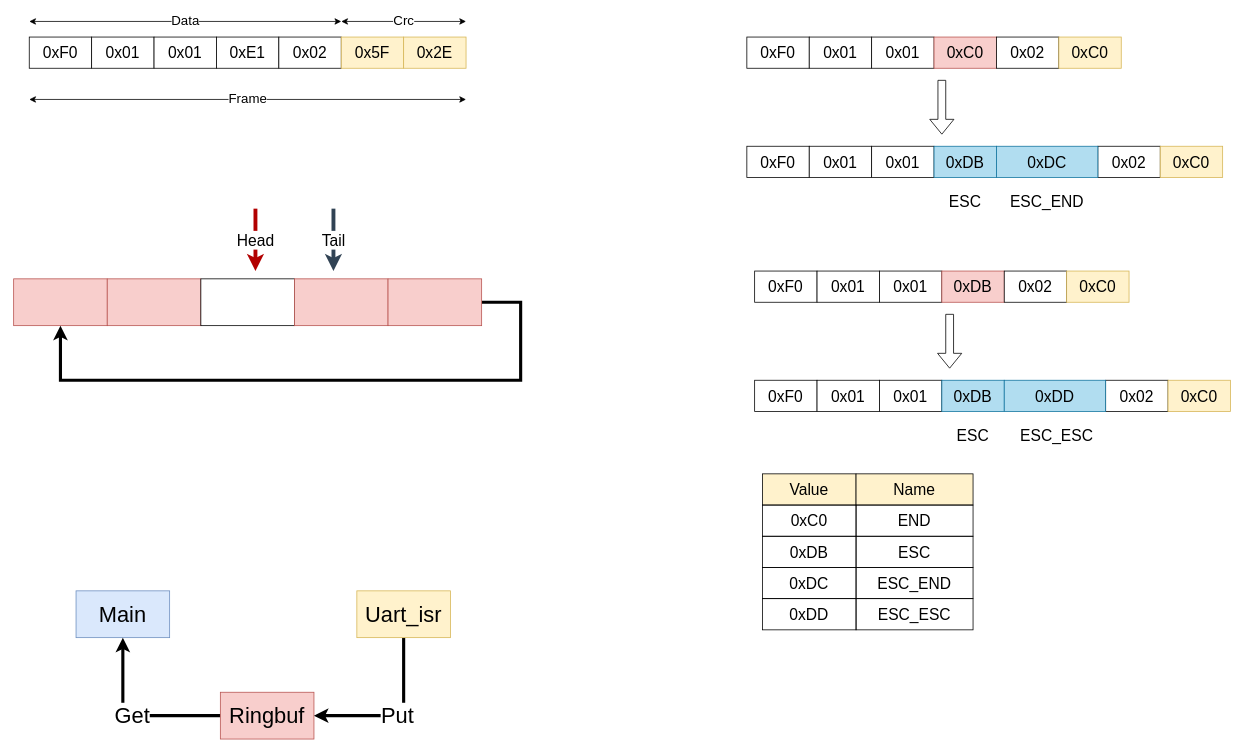
Above: Book/Vietnamese/images/Text_latex.drawio in congkeodhbk/Embedded-programming-and-IoT (draw.io), before the change. Source tidied: cells renumbered, new cells numbered last; positions are measured from the earlier drawing's top-left corner, leaving out a move shared by most shapes. Both pictures are drawn from the tidied source at 78%, with x=0, y=0 at pixel (13, 21).
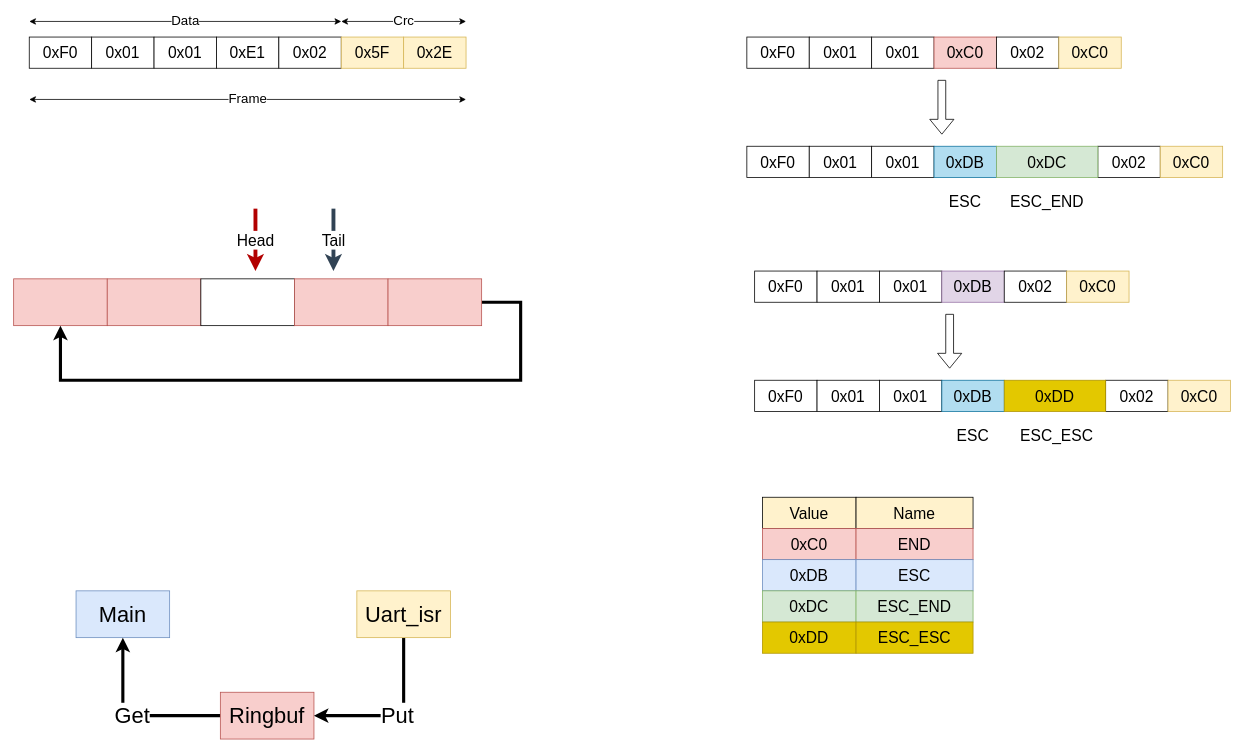
After the change.

Change to the diagram source:
```diff
@@
     <mxCell id="8" value="Value" style="rounded=0;whiteSpace=wrap;html=1;fontSize=20;fillColor=#fff2cc;" parent="1" vertex="1">
-      <mxGeometry x="960" y="580" width="120" height="40" as="geometry" />
+      <mxGeometry x="960" y="610" width="120" height="40" as="geometry" />
     </mxCell>
     <mxCell id="9" value="Name" style="rounded=0;whiteSpace=wrap;html=1;fontSize=20;fillColor=#fff2cc;" parent="1" vertex="1">
-      <mxGeometry x="1080" y="580" width="150" height="40" as="geometry" />
+      <mxGeometry x="1080" y="610" width="150" height="40" as="geometry" />
     </mxCell>
-    <mxCell id="10" value="0xC0" style="rounded=0;whiteSpace=wrap;html=1;fontSize=20;fillColor=none;" parent="1" vertex="1">
-      <mxGeometry x="960" y="620" width="120" height="40" as="geometry" />
+    <mxCell id="10" value="0xC0" style="rounded=0;whiteSpace=wrap;html=1;fontSize=20;fillColor=#f8cecc;strokeColor=#b85450;" parent="1" vertex="1">
+      <mxGeometry x="960" y="650" width="120" height="40" as="geometry" />
     </mxCell>
-    <mxCell id="11" value="END" style="rounded=0;whiteSpace=wrap;html=1;fontSize=20;fillColor=none;" parent="1" vertex="1">
-      <mxGeometry x="1080" y="620" width="150" height="40" as="geometry" />
+    <mxCell id="11" value="END" style="rounded=0;whiteSpace=wrap;html=1;fontSize=20;fillColor=#f8cecc;strokeColor=#b85450;" parent="1" vertex="1">
+      <mxGeometry x="1080" y="650" width="150" height="40" as="geometry" />
     </mxCell>
-    <mxCell id="12" value="0xDB" style="rounded=0;whiteSpace=wrap;html=1;fontSize=20;fillColor=none;" parent="1" vertex="1">
-      <mxGeometry x="960" y="660" width="120" height="40" as="geometry" />
+    <mxCell id="12" value="0xDB" style="rounded=0;whiteSpace=wrap;html=1;fontSize=20;fillColor=#dae8fc;strokeColor=#6c8ebf;" parent="1" vertex="1">
+      <mxGeometry x="960" y="690" width="120" height="40" as="geometry" />
     </mxCell>
-    <mxCell id="13" value="ESC" style="rounded=0;whiteSpace=wrap;html=1;fontSize=20;fillColor=none;" parent="1" vertex="1">
-      <mxGeometry x="1080" y="660" width="150" height="40" as="geometry" />
+    <mxCell id="13" value="ESC" style="rounded=0;whiteSpace=wrap;html=1;fontSize=20;fillColor=#dae8fc;strokeColor=#6c8ebf;" parent="1" vertex="1">
+      <mxGeometry x="1080" y="690" width="150" height="40" as="geometry" />
     </mxCell>
-    <mxCell id="14" value="0xDC" style="rounded=0;whiteSpace=wrap;html=1;fontSize=20;fillColor=none;" parent="1" vertex="1">
-      <mxGeometry x="960" y="700" width="120" height="40" as="geometry" />
+    <mxCell id="14" value="0xDC" style="rounded=0;whiteSpace=wrap;html=1;fontSize=20;fillColor=#d5e8d4;strokeColor=#82b366;" parent="1" vertex="1">
+      <mxGeometry x="960" y="730" width="120" height="40" as="geometry" />
     </mxCell>
-    <mxCell id="15" value="ESC_END" style="rounded=0;whiteSpace=wrap;html=1;fontSize=20;fillColor=none;" parent="1" vertex="1">
-      <mxGeometry x="1080" y="700" width="150" height="40" as="geometry" />
+    <mxCell id="15" value="ESC_END" style="rounded=0;whiteSpace=wrap;html=1;fontSize=20;fillColor=#d5e8d4;strokeColor=#82b366;" parent="1" vertex="1">
+      <mxGeometry x="1080" y="730" width="150" height="40" as="geometry" />
     </mxCell>
-    <mxCell id="16" value="0xDD" style="rounded=0;whiteSpace=wrap;html=1;fontSize=20;fillColor=none;" parent="1" vertex="1">
-      <mxGeometry x="960" y="740" width="120" height="40" as="geometry" />
+    <mxCell id="16" value="0xDD" style="rounded=0;whiteSpace=wrap;html=1;fontSize=20;fillColor=#e3c800;strokeColor=#B09500;fontColor=#000000;" parent="1" vertex="1">
+      <mxGeometry x="960" y="770" width="120" height="40" as="geometry" />
     </mxCell>
-    <mxCell id="17" value="ESC_ESC" style="rounded=0;whiteSpace=wrap;html=1;fontSize=20;fillColor=none;" parent="1" vertex="1">
-      <mxGeometry x="1080" y="740" width="150" height="40" as="geometry" />
+    <mxCell id="17" value="ESC_ESC" style="rounded=0;whiteSpace=wrap;html=1;fontSize=20;fillColor=#e3c800;strokeColor=#B09500;fontColor=#000000;" parent="1" vertex="1">
+      <mxGeometry x="1080" y="770" width="150" height="40" as="geometry" />
     </mxCell>
@@
-    <mxCell id="26" value="0xDC" style="rounded=0;whiteSpace=wrap;html=1;fontSize=20;fillColor=#b1ddf0;strokeColor=#10739e;" parent="1" vertex="1">
+    <mxCell id="26" value="0xDC" style="rounded=0;whiteSpace=wrap;html=1;fontSize=20;fillColor=#d5e8d4;strokeColor=#82b366;" parent="1" vertex="1">
       <mxGeometry x="1260" y="160" width="130" height="40" as="geometry" />
     </mxCell>
@@
-    <mxCell id="32" value="0xDB" style="rounded=0;whiteSpace=wrap;html=1;fontSize=20;fillColor=#f8cecc;strokeColor=#b85450;" parent="1" vertex="1">
+    <mxCell id="32" value="0xDB" style="rounded=0;whiteSpace=wrap;html=1;fontSize=20;fillColor=#e1d5e7;strokeColor=#9673a6;" parent="1" vertex="1">
       <mxGeometry x="1190" y="320" width="80" height="40" as="geometry" />
     </mxCell>
@@
-    <mxCell id="42" value="0xDD" style="rounded=0;whiteSpace=wrap;html=1;fontSize=20;fillColor=#b1ddf0;strokeColor=#10739e;" parent="1" vertex="1">
+    <mxCell id="42" value="0xDD" style="rounded=0;whiteSpace=wrap;html=1;fontSize=20;fillColor=#e3c800;strokeColor=#B09500;fontColor=#000000;" parent="1" vertex="1">
       <mxGeometry x="1270" y="460" width="130" height="40" as="geometry" />
     </mxCell>
```
